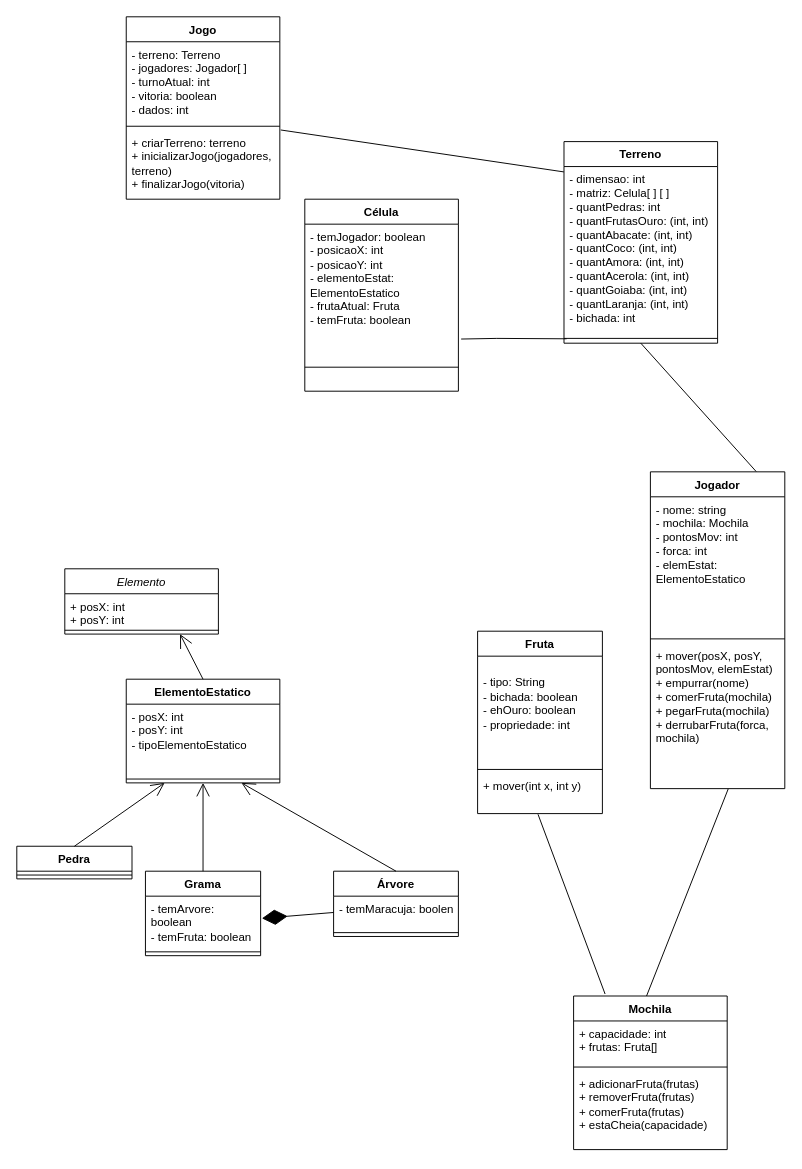
Earlier version of the draw.io diagram teste.drawio (dudxyz/P.O.O.java). Source tidied: cells renumbered, new cells numbered last; positions are measured from the earlier drawing's top-left corner, leaving out a move shared by most shapes. Both pictures are drawn from the tidied source at 96%, with x=0, y=0 at pixel (16, 16).
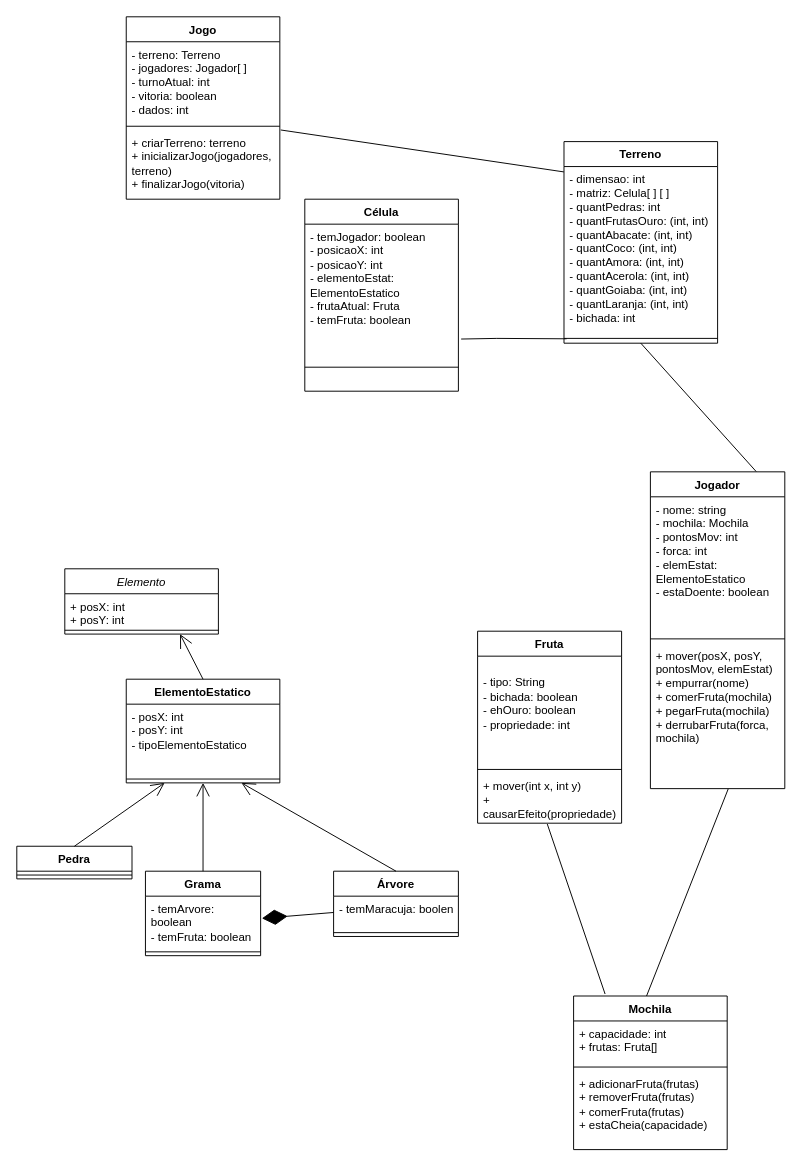
After the change.

Unchanged cells that the change refers to:
```xml
<mxCell id="8" value="Jogador" style="swimlane;fontStyle=1;align=center;verticalAlign=top;horizontal=1;startSize=26;whiteSpace=wrap;html=1;" parent="1" vertex="1">
  <mxGeometry x="660" y="474" width="140" height="330" as="geometry" />
</mxCell>
```

What changed in the source:
```diff
@@
-    <mxCell id="9" value="- nome: string&lt;div&gt;- mochila: Mochila&lt;br&gt;- pontosMov: int&lt;/div&gt;&lt;div&gt;- forca: int&lt;/div&gt;&lt;div&gt;&lt;div&gt;- elemEstat: ElementoEstatico&lt;/div&gt;&lt;/div&gt;&lt;div&gt;&lt;br&gt;&lt;/div&gt;" style="text;strokeColor=none;fillColor=none;align=left;verticalAlign=top;spacingLeft=4;spacingRight=4;overflow=hidden;whiteSpace=wrap;html=1;" parent="8" vertex="1">
+    <mxCell id="9" value="- nome: string&lt;div&gt;- mochila: Mochila&lt;br&gt;- pontosMov: int&lt;/div&gt;&lt;div&gt;- forca: int&lt;/div&gt;&lt;div&gt;&lt;div&gt;- elemEstat: ElementoEstatico&lt;/div&gt;&lt;/div&gt;&lt;div&gt;- estaDoente: boolean&lt;/div&gt;" style="text;strokeColor=none;fillColor=none;align=left;verticalAlign=top;spacingLeft=4;spacingRight=4;overflow=hidden;whiteSpace=wrap;html=1;" parent="8" vertex="1">
       <mxGeometry y="26" width="140" height="144" as="geometry" />
     </mxCell>
@@
     <mxCell id="12" value="Fruta" style="swimlane;fontStyle=1;align=center;verticalAlign=top;horizontal=1;startSize=26;whiteSpace=wrap;html=1;" parent="1" vertex="1">
-      <mxGeometry x="480" y="640" width="130" height="190" as="geometry" />
+      <mxGeometry x="480" y="640" width="150" height="200" as="geometry" />
     </mxCell>
     <mxCell id="13" value="&lt;div&gt;&lt;br&gt;&lt;/div&gt;- tipo: String&lt;br&gt;- bichada: boolean&lt;div&gt;- ehOuro: boolean&lt;br&gt;- propriedade: int&lt;div&gt;&lt;br&gt;&lt;/div&gt;&lt;/div&gt;" style="text;strokeColor=none;fillColor=none;align=left;verticalAlign=top;spacingLeft=4;spacingRight=4;overflow=hidden;whiteSpace=wrap;html=1;" parent="12" vertex="1">
-      <mxGeometry y="26" width="130" height="114" as="geometry" />
+      <mxGeometry y="26" width="150" height="114" as="geometry" />
     </mxCell>
     <mxCell id="14" style="line;strokeWidth=1;fillColor=none;align=left;verticalAlign=middle;spacingTop=-1;spacingLeft=3;spacingRight=3;labelPosition=right;strokeColor=inherit;" parent="12" vertex="1">
-      <mxGeometry y="140" width="130" height="8" as="geometry" />
+      <mxGeometry y="140" width="150" height="8" as="geometry" />
     </mxCell>
-    <mxCell id="15" value="&lt;div&gt;&lt;span style=&quot;background-color: initial;&quot;&gt;+ mover(int x, int y)&lt;/span&gt;&lt;/div&gt;" style="text;strokeColor=none;fillColor=none;align=left;verticalAlign=top;spacingLeft=4;spacingRight=4;overflow=hidden;points=[[0,0.5],[1,0.5]];portConstraint=eastwest;whiteSpace=wrap;html=1;" parent="12" vertex="1">
-      <mxGeometry y="148" width="130" height="42" as="geometry" />
+    <mxCell id="15" value="&lt;div&gt;&lt;span style=&quot;background-color: initial;&quot;&gt;+ mover(int x, int y)&lt;/span&gt;&lt;/div&gt;&lt;div&gt;&lt;span style=&quot;background-color: initial;&quot;&gt;+ causarEfeito(propriedade)&lt;/span&gt;&lt;/div&gt;" style="text;strokeColor=none;fillColor=none;align=left;verticalAlign=top;spacingLeft=4;spacingRight=4;overflow=hidden;points=[[0,0.5],[1,0.5]];portConstraint=eastwest;whiteSpace=wrap;html=1;" parent="12" vertex="1">
+      <mxGeometry y="148" width="150" height="52" as="geometry" />
     </mxCell>
```
